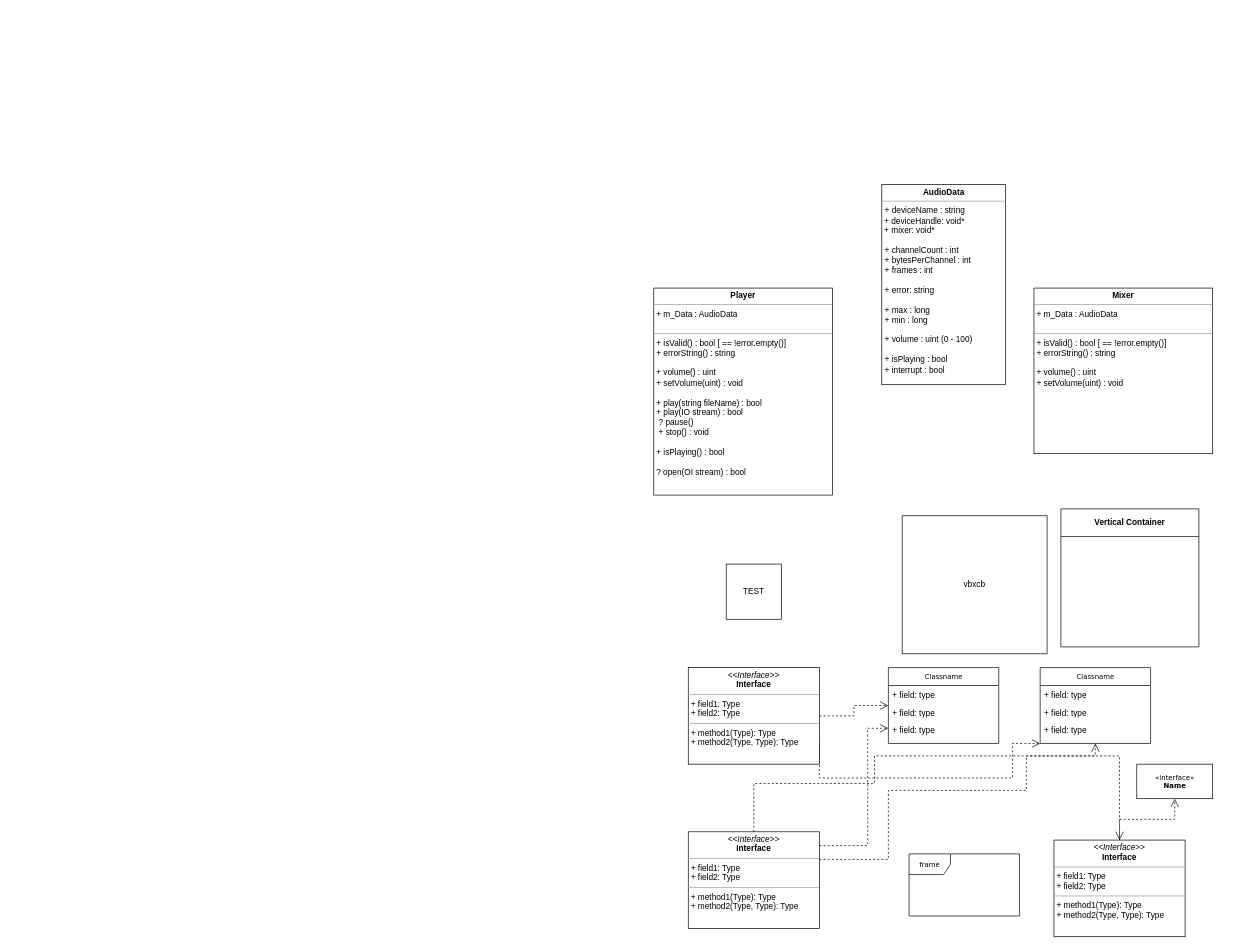
Before: Диаграмма без названия.drawio in mobelus/WebProjects, a draw.io diagram. Source tidied: cells renumbered, new cells numbered last; positions are measured from the earlier drawing's top-left corner, leaving out a move shared by most shapes. Both pictures are drawn from the tidied source at 69%, with x=0, y=0 at pixel (653, 184).
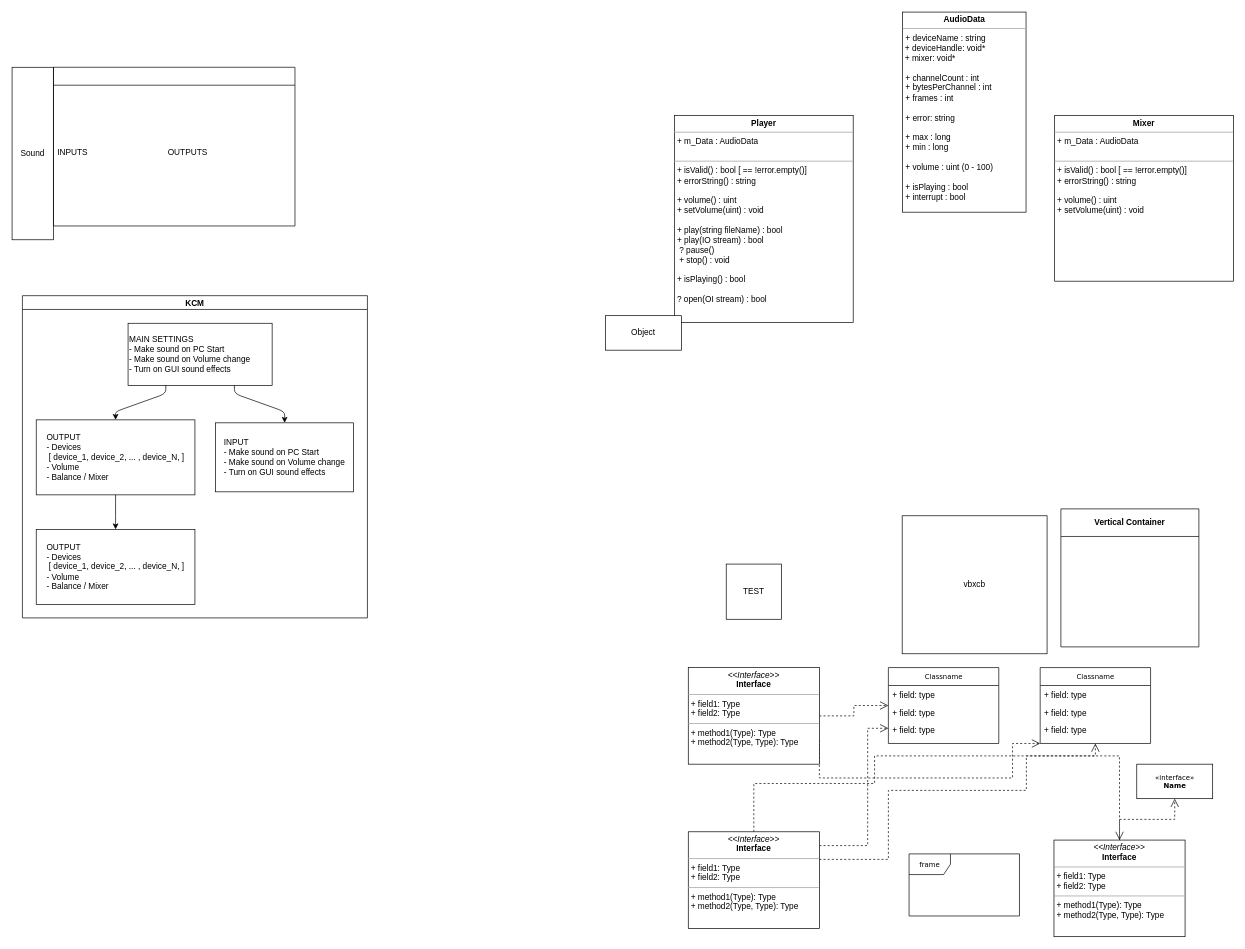
The same page after the edit.

Commit message:
diagramm of general objects

What changed in the source:
```diff
@@
     <mxCell id="24" value="&lt;p style=&quot;margin:0px;margin-top:4px;text-align:center;&quot;&gt;&lt;b&gt;Player&lt;/b&gt;&lt;/p&gt;&lt;hr size=&quot;1&quot;&gt;&lt;p style=&quot;border-color: var(--border-color); margin: 0px 0px 0px 4px;&quot;&gt;+ m_Data : AudioData&lt;/p&gt;&lt;p style=&quot;border-color: var(--border-color); margin: 0px 0px 0px 4px;&quot;&gt;&lt;br&gt;&lt;/p&gt;&lt;hr size=&quot;1&quot;&gt;&lt;p style=&quot;margin:0px;margin-left:4px;&quot;&gt;+ isValid() : bool [ == !error.empty()]&lt;/p&gt;&lt;p style=&quot;margin:0px;margin-left:4px;&quot;&gt;+ errorString() : string&lt;/p&gt;&lt;p style=&quot;margin:0px;margin-left:4px;&quot;&gt;&lt;br&gt;&lt;/p&gt;&lt;p style=&quot;margin:0px;margin-left:4px;&quot;&gt;+ volume() : uint&lt;/p&gt;&lt;p style=&quot;margin:0px;margin-left:4px;&quot;&gt;+ setVolume(uint) : void&lt;/p&gt;&lt;p style=&quot;margin:0px;margin-left:4px;&quot;&gt;&lt;br&gt;&lt;/p&gt;&lt;p style=&quot;border-color: var(--border-color); margin: 0px 0px 0px 4px;&quot;&gt;+ play(string fileName) : bool&lt;/p&gt;&lt;p style=&quot;border-color: var(--border-color); margin: 0px 0px 0px 4px;&quot;&gt;+ play(IO stream) : bool&lt;/p&gt;&lt;p style=&quot;margin:0px;margin-left:4px;&quot;&gt;&amp;nbsp;? pause()&lt;br style=&quot;border-color: var(--border-color);&quot;&gt;&lt;span style=&quot;border-color: var(--border-color); background-color: initial;&quot;&gt;&amp;nbsp;+ stop() : void&lt;/span&gt;&lt;br style=&quot;border-color: var(--border-color);&quot;&gt;&lt;/p&gt;&lt;p style=&quot;border-color: var(--border-color); margin: 0px 0px 0px 4px;&quot;&gt;&lt;br style=&quot;border-color: var(--border-color);&quot;&gt;&lt;/p&gt;&lt;p style=&quot;border-color: var(--border-color); margin: 0px 0px 0px 4px;&quot;&gt;+ isPlaying() : bool&lt;/p&gt;&lt;p style=&quot;border-color: var(--border-color); margin: 0px 0px 0px 4px;&quot;&gt;&lt;br style=&quot;border-color: var(--border-color);&quot;&gt;&lt;/p&gt;&lt;p style=&quot;border-color: var(--border-color); margin: 0px 0px 0px 4px;&quot;&gt;? open(OI stream) : bool&lt;/p&gt;&lt;p style=&quot;border-color: var(--border-color); margin: 0px 0px 0px 4px;&quot;&gt;&lt;br&gt;&lt;/p&gt;" style="verticalAlign=top;align=left;overflow=fill;html=1;whiteSpace=wrap;" parent="1" vertex="1">
-      <mxGeometry y="150" width="259" height="300" as="geometry" />
+      <mxGeometry x="30" y="-100" width="259" height="300" as="geometry" />
     </mxCell>
     <mxCell id="25" value="&lt;p style=&quot;margin:0px;margin-top:4px;text-align:center;&quot;&gt;&lt;b&gt;Mixer&lt;/b&gt;&lt;/p&gt;&lt;hr size=&quot;1&quot;&gt;&lt;p style=&quot;border-color: var(--border-color); margin: 0px 0px 0px 4px;&quot;&gt;+ m_Data : AudioData&lt;/p&gt;&lt;p style=&quot;border-color: var(--border-color); margin: 0px 0px 0px 4px;&quot;&gt;&lt;br style=&quot;border-color: var(--border-color);&quot;&gt;&lt;/p&gt;&lt;hr size=&quot;1&quot;&gt;&lt;p style=&quot;margin:0px;margin-left:4px;&quot;&gt;+ isValid() : bool [ == !error.empty()]&lt;/p&gt;&lt;p style=&quot;margin:0px;margin-left:4px;&quot;&gt;+ errorString() : string&lt;/p&gt;&lt;p style=&quot;margin:0px;margin-left:4px;&quot;&gt;&lt;br&gt;&lt;/p&gt;&lt;p style=&quot;border-color: var(--border-color); margin: 0px 0px 0px 4px;&quot;&gt;+ volume() : uint&lt;/p&gt;&lt;p style=&quot;border-color: var(--border-color); margin: 0px 0px 0px 4px;&quot;&gt;+ setVolume(uint) : void&lt;/p&gt;&lt;p style=&quot;border-color: var(--border-color); margin: 0px 0px 0px 4px;&quot;&gt;&lt;br style=&quot;border-color: var(--border-color);&quot;&gt;&lt;/p&gt;&lt;p style=&quot;margin:0px;margin-left:4px;&quot;&gt;&lt;br&gt;&lt;/p&gt;" style="verticalAlign=top;align=left;overflow=fill;html=1;whiteSpace=wrap;" parent="1" vertex="1">
-      <mxGeometry x="551" y="150" width="259" height="240" as="geometry" />
+      <mxGeometry x="581" y="-100" width="259" height="240" as="geometry" />
     </mxCell>
     <mxCell id="26" value="&lt;p style=&quot;margin:0px;margin-top:4px;text-align:center;&quot;&gt;&lt;b&gt;AudioData&lt;/b&gt;&lt;/p&gt;&lt;hr size=&quot;1&quot;&gt;&lt;p style=&quot;border-color: var(--border-color); margin: 0px 0px 0px 4px;&quot;&gt;+ deviceName : string&lt;br style=&quot;border-color: var(--border-color);&quot;&gt;&lt;/p&gt;&lt;div style=&quot;border-color: var(--border-color);&quot;&gt;&amp;nbsp;+ deviceHandle: void*&lt;/div&gt;&lt;div style=&quot;border-color: var(--border-color);&quot;&gt;&amp;nbsp;+ mixer: void*&lt;br style=&quot;border-color: var(--border-color);&quot;&gt;&lt;/div&gt;&lt;p style=&quot;border-color: var(--border-color); margin: 0px 0px 0px 4px;&quot;&gt;&lt;br style=&quot;border-color: var(--border-color);&quot;&gt;&lt;/p&gt;&lt;p style=&quot;border-color: var(--border-color); margin: 0px 0px 0px 4px;&quot;&gt;+ channelCount : int&lt;/p&gt;&lt;p style=&quot;border-color: var(--border-color); margin: 0px 0px 0px 4px;&quot;&gt;+ bytesPerChannel : int&lt;/p&gt;&lt;p style=&quot;border-color: var(--border-color); margin: 0px 0px 0px 4px;&quot;&gt;+ frames : int&lt;/p&gt;&lt;p style=&quot;border-color: var(--border-color); margin: 0px 0px 0px 4px;&quot;&gt;&lt;br style=&quot;border-color: var(--border-color);&quot;&gt;&lt;/p&gt;&lt;p style=&quot;border-color: var(--border-color); margin: 0px 0px 0px 4px;&quot;&gt;+ error: string&lt;/p&gt;&lt;p style=&quot;border-color: var(--border-color); margin: 0px 0px 0px 4px;&quot;&gt;&lt;br style=&quot;border-color: var(--border-color);&quot;&gt;&lt;/p&gt;&lt;p style=&quot;border-color: var(--border-color); margin: 0px 0px 0px 4px;&quot;&gt;+ max : long&lt;/p&gt;&lt;p style=&quot;border-color: var(--border-color); margin: 0px 0px 0px 4px;&quot;&gt;+ min : long&lt;/p&gt;&lt;p style=&quot;border-color: var(--border-color); margin: 0px 0px 0px 4px;&quot;&gt;&lt;br style=&quot;border-color: var(--border-color);&quot;&gt;&lt;/p&gt;&lt;p style=&quot;border-color: var(--border-color); margin: 0px 0px 0px 4px;&quot;&gt;+ volume : uint (0 - 100)&lt;/p&gt;&lt;p style=&quot;border-color: var(--border-color); margin: 0px 0px 0px 4px;&quot;&gt;&lt;br style=&quot;border-color: var(--border-color);&quot;&gt;&lt;/p&gt;&lt;p style=&quot;border-color: var(--border-color); margin: 0px 0px 0px 4px;&quot;&gt;+ isPlaying : bool&lt;/p&gt;&lt;p style=&quot;border-color: var(--border-color); margin: 0px 0px 0px 4px;&quot;&gt;+ interrupt : bool&lt;/p&gt;" style="verticalAlign=top;align=left;overflow=fill;html=1;whiteSpace=wrap;" parent="1" vertex="1">
-      <mxGeometry x="330.5" width="179" height="290" as="geometry" />
+      <mxGeometry x="360.5" y="-250" width="179" height="290" as="geometry" />
     </mxCell>
+    <mxCell id="27" value="Object" style="html=1;whiteSpace=wrap;" parent="1" vertex="1">
+      <mxGeometry x="-70" y="190" width="110" height="50" as="geometry" />
+    </mxCell>
+    <mxCell id="28" value="Sound" style="html=1;whiteSpace=wrap;" parent="1" vertex="1">
+      <mxGeometry x="-930" y="-170" width="60" height="250" as="geometry" />
+    </mxCell>
+    <mxCell id="29" style="swimlane;fontStyle=0;horizontal=1;startSize=26;fillColor=none;whiteSpace=wrap;html=1;" parent="1" vertex="1">
+      <mxGeometry x="-870" y="-170" width="350" height="230" as="geometry" />
+    </mxCell>
+    <mxCell id="30" value="INPUTS" style="text;strokeColor=none;fillColor=none;align=left;verticalAlign=top;spacingLeft=4;spacingRight=4;overflow=hidden;whiteSpace=wrap;html=1;" parent="1" vertex="1">
+      <mxGeometry x="-870" y="-60" width="160" height="140" as="geometry" />
+    </mxCell>
+    <mxCell id="31" value="OUTPUTS" style="text;strokeColor=none;fillColor=none;align=left;verticalAlign=top;spacingLeft=4;spacingRight=4;overflow=hidden;whiteSpace=wrap;html=1;" parent="1" vertex="1">
+      <mxGeometry x="-710" y="-60" width="190" height="140" as="geometry" />
+    </mxCell>
+    <mxCell id="32" value="KCM" style="swimlane;startSize=20;horizontal=1;flowOrientation=north;interRankCellSpacing=50;containerType=tree;fontSize=12;" parent="1" vertex="1">
+      <mxGeometry x="-915" y="161" width="500" height="467" as="geometry" />
+    </mxCell>
+    <mxCell id="33" value="&lt;div align=&quot;left&quot;&gt;MAIN SETTINGS&lt;br&gt;&lt;/div&gt;&lt;div align=&quot;left&quot;&gt;- Make sound on PC Start&lt;/div&gt;&lt;div align=&quot;left&quot;&gt;- Make sound on Volume change&lt;/div&gt;&lt;div align=&quot;left&quot;&gt;- Turn on GUI sound effects&lt;br&gt;&lt;/div&gt;" style="whiteSpace=wrap;html=1;align=left;" parent="32" vertex="1">
+      <mxGeometry x="153.1" y="40" width="208.8" height="90" as="geometry" />
+    </mxCell>
+    <mxCell id="34" value="&lt;div align=&quot;left&quot;&gt;OUTPUT&lt;br&gt;&lt;/div&gt;&lt;div align=&quot;left&quot;&gt;- Devices&lt;/div&gt;&lt;div align=&quot;left&quot;&gt;&amp;nbsp;[ device_1, device_2, ... , device_N, ]&lt;/div&gt;&lt;div align=&quot;left&quot;&gt;- Volume&lt;/div&gt;&lt;div align=&quot;left&quot;&gt;- Balance / Mixer&lt;br&gt;&lt;/div&gt;" style="whiteSpace=wrap;html=1;" parent="32" vertex="1">
+      <mxGeometry x="20" y="180" width="230" height="108.7" as="geometry" />
+    </mxCell>
+    <mxCell id="35" style="html=1;rounded=1;curved=0;sourcePerimeterSpacing=0;targetPerimeterSpacing=0;startSize=6;endSize=6;noEdgeStyle=1;orthogonal=1;" parent="32" edge="1" source="33" target="34">
+      <mxGeometry relative="1" as="geometry">
+        <Array as="points">
+          <mxPoint x="207.8" y="142" />
+          <mxPoint x="135" y="168" />
+        </Array>
+      </mxGeometry>
+    </mxCell>
+    <mxCell id="36" value="&lt;div align=&quot;left&quot;&gt;INPUT&lt;span style=&quot;white-space: pre;&quot;&gt;&#9;&lt;/span&gt;&lt;br&gt;&lt;/div&gt;&lt;div align=&quot;left&quot;&gt;- Make sound on PC Start&lt;/div&gt;&lt;div align=&quot;left&quot;&gt;- Make sound on Volume change&lt;/div&gt;&lt;div align=&quot;left&quot;&gt;- Turn on GUI sound effects&lt;br&gt;&lt;/div&gt;" style="whiteSpace=wrap;html=1;" parent="32" vertex="1">
+      <mxGeometry x="280" y="184.3" width="200" height="100" as="geometry" />
+    </mxCell>
+    <mxCell id="37" style="html=1;rounded=1;curved=0;sourcePerimeterSpacing=0;targetPerimeterSpacing=0;startSize=6;endSize=6;noEdgeStyle=1;orthogonal=1;" parent="32" edge="1" source="33" target="36">
+      <mxGeometry relative="1" as="geometry">
+        <Array as="points">
+          <mxPoint x="307.2" y="142" />
+          <mxPoint x="380" y="168" />
+        </Array>
+      </mxGeometry>
+    </mxCell>
+    <mxCell id="38" value="&lt;div align=&quot;left&quot;&gt;OUTPUT&lt;br&gt;&lt;/div&gt;&lt;div align=&quot;left&quot;&gt;- Devices&lt;/div&gt;&lt;div align=&quot;left&quot;&gt;&amp;nbsp;[ device_1, device_2, ... , device_N, ]&lt;/div&gt;&lt;div align=&quot;left&quot;&gt;- Volume&lt;/div&gt;&lt;div align=&quot;left&quot;&gt;- Balance / Mixer&lt;br&gt;&lt;/div&gt;" style="whiteSpace=wrap;html=1;" parent="32" vertex="1">
+      <mxGeometry x="20" y="338.7" width="230" height="108.7" as="geometry" />
+    </mxCell>
+    <mxCell id="39" style="html=1;rounded=1;curved=0;sourcePerimeterSpacing=0;targetPerimeterSpacing=0;startSize=6;endSize=6;noEdgeStyle=1;orthogonal=1;exitX=0.5;exitY=1;exitDx=0;exitDy=0;entryX=0.5;entryY=0;entryDx=0;entryDy=0;" parent="32" edge="1" source="34" target="38">
+      <mxGeometry relative="1" as="geometry">
+        <Array as="points">
+          <mxPoint x="135" y="300.7" />
+          <mxPoint x="135" y="326.7" />
+        </Array>
+      </mxGeometry>
+    </mxCell>
```
